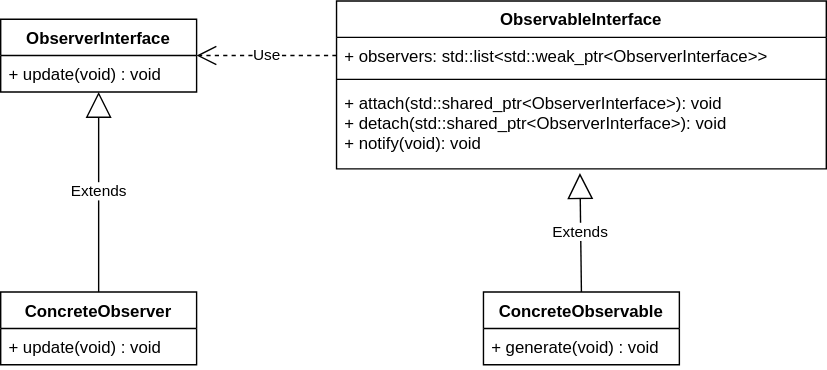
TUBAF-IfI-LiaScript/VL_SoftwareprojektRobotik keeps this draw.io diagram as image/05_Entwurfsmuster/ObserverPattern.drawio.svg. Above is the earlier version. Source tidied: cells renumbered, new cells last; positions are measured from the earlier drawing's top-left corner, leaving out a move shared by most shapes.
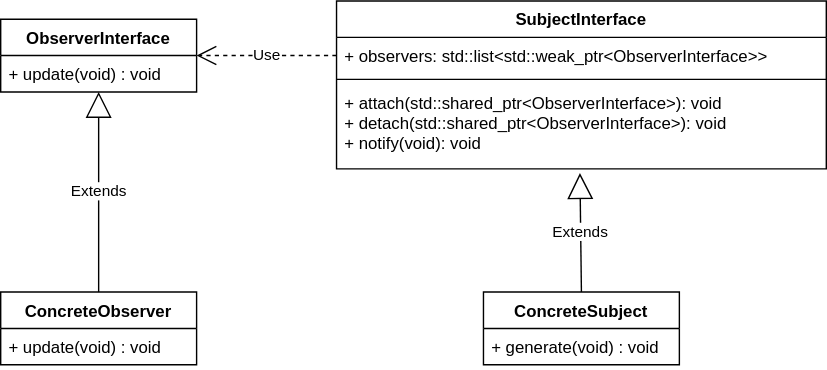
Later version of the same file.

What changed in the source:
```diff
@@ -2,7 +2,7 @@
   <root>
     <mxCell id="0" />
     <mxCell id="1" parent="0" />
-    <mxCell id="2" value="ObservableInterface" style="swimlane;fontStyle=1;align=center;verticalAlign=top;horizontal=1;startSize=26;" parent="1" vertex="1">
+    <mxCell id="2" value="SubjectInterface" style="swimlane;fontStyle=1;align=center;verticalAlign=top;horizontal=1;startSize=26;" parent="1" vertex="1">
       <mxGeometry x="240" width="350" height="120" as="geometry" />
     </mxCell>
     <mxCell id="3" value="+ observers: std::list&lt;std::weak_ptr&lt;ObserverInterface&gt;&gt;" style="text;strokeColor=none;fillColor=none;align=left;verticalAlign=top;spacingLeft=4;spacingRight=4;overflow=hidden;points=[[0,0.5],[1,0.5]];portConstraint=eastwest;" parent="2" vertex="1">
@@ -20,7 +20,7 @@
     <mxCell id="7" value="+ update(void) : void" style="text;strokeColor=none;fillColor=none;align=left;verticalAlign=top;spacingLeft=4;spacingRight=4;overflow=hidden;" parent="6" vertex="1">
       <mxGeometry y="26" width="140" height="26" as="geometry" />
     </mxCell>
-    <mxCell id="8" value="ConcreteObservable" style="swimlane;fontStyle=1;horizontal=1;startSize=26;fillColor=none;" parent="1" vertex="1">
+    <mxCell id="8" value="ConcreteSubject" style="swimlane;fontStyle=1;horizontal=1;startSize=26;fillColor=none;" parent="1" vertex="1">
       <mxGeometry x="345" y="208" width="140" height="52" as="geometry" />
     </mxCell>
     <mxCell id="9" value="+ generate(void) : void" style="text;strokeColor=none;fillColor=none;align=left;verticalAlign=top;spacingLeft=4;spacingRight=4;overflow=hidden;" parent="8" vertex="1">
```
